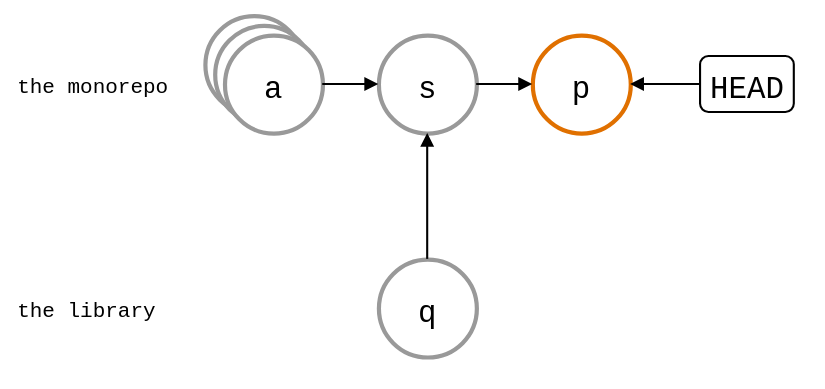
The draw.io diagram test/comparisons/git-subtree-squash-merged.drawio.svg in roschaefer/git-splice, before a commit. Source tidied: cells renumbered, new cells last; positions are measured from the earlier drawing's top-left corner, leaving out a move shared by most shapes.
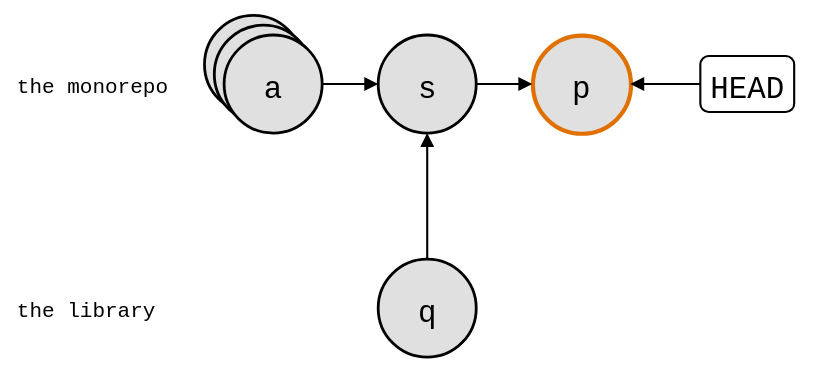
After the change.

Change to the diagram source:
```diff
@@ -8,22 +8,22 @@
     <mxCell id="3" value="the library" style="text;strokeColor=none;fillColor=none;align=left;verticalAlign=middle;fontSize=15;fontFamily=Roboto Mono,monospace;" parent="1" vertex="1">
       <mxGeometry y="194" width="130" height="30" as="geometry" />
     </mxCell>
-    <mxCell id="4" style="shape=ellipse;fontSize=22;fontFamily=Roboto Mono,monospace;strokeColor=#999999;strokeWidth=3;" parent="1" vertex="1">
+    <mxCell id="4" style="shape=ellipse;fontSize=22;fontFamily=Roboto Mono,monospace;strokeWidth=2;fillColor=#E0E0E0;" parent="1" vertex="1">
       <mxGeometry x="136" width="70" height="70" as="geometry" />
     </mxCell>
-    <mxCell id="5" style="shape=ellipse;fontSize=22;fontFamily=Roboto Mono,monospace;strokeColor=#999999;strokeWidth=3;" parent="1" vertex="1">
+    <mxCell id="5" style="shape=ellipse;fontSize=22;fontFamily=Roboto Mono,monospace;strokeWidth=2;fillColor=#E0E0E0;" parent="1" vertex="1">
       <mxGeometry x="143" y="7" width="70" height="70" as="geometry" />
     </mxCell>
-    <mxCell id="6" value="a" style="ellipse;fontSize=22;fontFamily=Roboto Mono,monospace;strokeColor=#999999;strokeWidth=3;" parent="1" vertex="1">
+    <mxCell id="6" value="a" style="ellipse;fontSize=22;fontFamily=Roboto Mono,monospace;strokeWidth=2;fillColor=#E0E0E0;" parent="1" vertex="1">
       <mxGeometry x="150" y="14" width="70" height="70" as="geometry" />
     </mxCell>
-    <mxCell id="7" value="s" style="ellipse;fontSize=22;fontFamily=Roboto Mono,monospace;strokeColor=#999999;strokeWidth=3;" parent="1" vertex="1">
+    <mxCell id="7" value="s" style="ellipse;fontSize=22;fontFamily=Roboto Mono,monospace;strokeWidth=2;fillColor=#E0E0E0;" parent="1" vertex="1">
       <mxGeometry x="260" y="14" width="70" height="70" as="geometry" />
     </mxCell>
-    <mxCell id="8" value="p" style="ellipse;fontSize=22;fontFamily=Roboto Mono,monospace;strokeColor=#E07000;strokeWidth=3;" parent="1" vertex="1">
+    <mxCell id="8" value="p" style="ellipse;fontSize=22;fontFamily=Roboto Mono,monospace;strokeColor=#E07000;strokeWidth=3;fillColor=#E0E0E0;" parent="1" vertex="1">
       <mxGeometry x="370" y="14" width="70" height="70" as="geometry" />
     </mxCell>
-    <mxCell id="9" value="q" style="ellipse;fontSize=22;fontFamily=Roboto Mono,monospace;strokeColor=#999999;strokeWidth=3;" parent="1" vertex="1">
+    <mxCell id="9" value="q" style="ellipse;fontSize=22;fontFamily=Roboto Mono,monospace;strokeWidth=2;fillColor=#E0E0E0;" parent="1" vertex="1">
       <mxGeometry x="260" y="174" width="70" height="70" as="geometry" />
     </mxCell>
     <mxCell id="10" value="HEAD" style="rounded=1;strokeWidth=1.5;fontSize=22;fontFamily=Roboto Mono,monospace;" parent="1" vertex="1">
```
